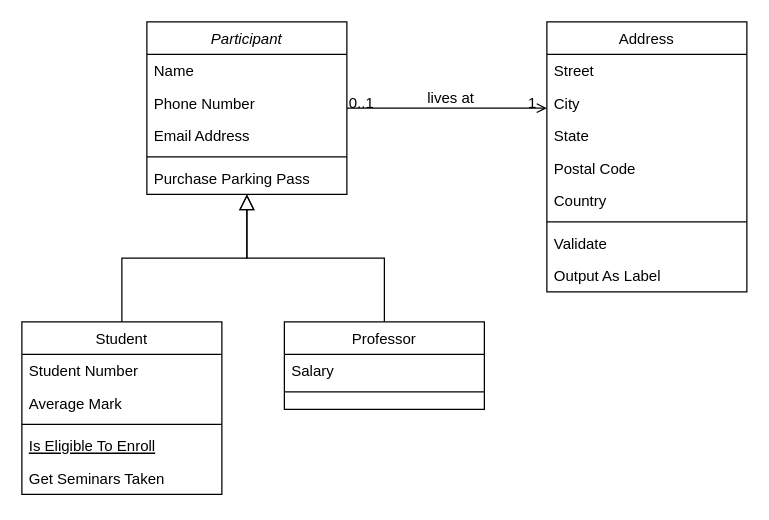
This is Untitled Diagram.drawio from Show-your-Heart/ShowYourHeart-docs, a draw.io file, before an edit. Source tidied: cells renumbered, new cells numbered last; positions are measured from the earlier drawing's top-left corner, leaving out a move shared by most shapes. Both pictures are drawn from the tidied source at 125%, with x=0, y=0 at pixel (21, 21).
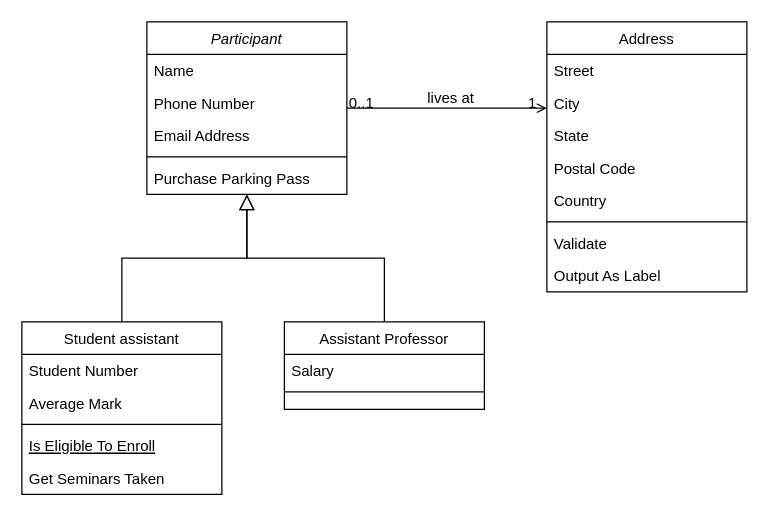
Above is the later version.

The edit, as a diff of the source:
```diff
@@
-    <mxCell id="8" value="Student" style="swimlane;fontStyle=0;align=center;verticalAlign=top;horizontal=1;startSize=26;swimlaneFillColor=#ffffff;rounded=0;shadow=0;strokeWidth=1;" parent="1" vertex="1">
+    <mxCell id="8" value="Student assistant" style="swimlane;fontStyle=0;align=center;verticalAlign=top;horizontal=1;startSize=26;swimlaneFillColor=#ffffff;rounded=0;shadow=0;strokeWidth=1;" parent="1" vertex="1">
       <mxGeometry y="240" width="160" height="138" as="geometry" />
     </mxCell>
@@
-    <mxCell id="15" value="Professor" style="swimlane;fontStyle=0;align=center;verticalAlign=top;horizontal=1;startSize=26;swimlaneFillColor=#ffffff;rounded=0;shadow=0;strokeWidth=1;" parent="1" vertex="1">
+    <mxCell id="15" value="Assistant Professor" style="swimlane;fontStyle=0;align=center;verticalAlign=top;horizontal=1;startSize=26;swimlaneFillColor=#ffffff;rounded=0;shadow=0;strokeWidth=1;" parent="1" vertex="1">
       <mxGeometry x="210" y="240" width="160" height="70" as="geometry" />
     </mxCell>
```
